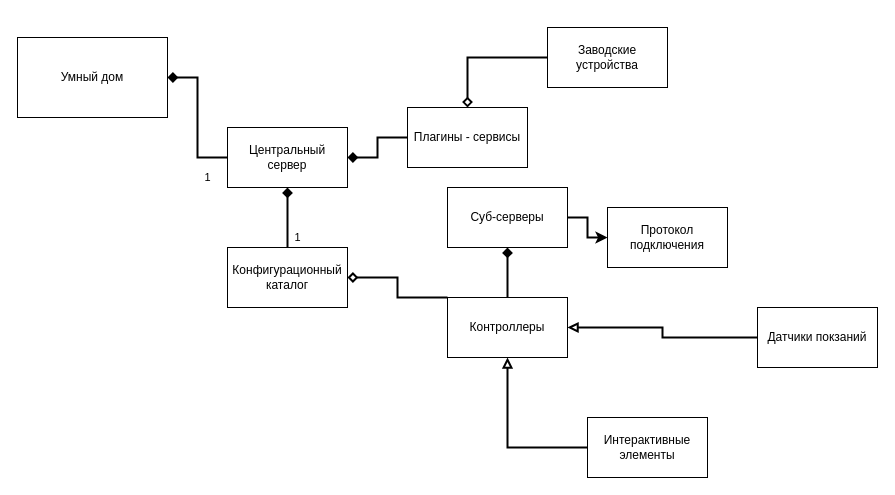
Earlier version of the draw.io diagram LAB1/Диаграмма без названия.drawio (tireks/OOAP). Source tidied: cells renumbered, new cells numbered last; positions are measured from the earlier drawing's top-left corner, leaving out a move shared by most shapes. Both pictures are drawn from the tidied source at 100%, with x=0, y=0 at pixel (17, 27).
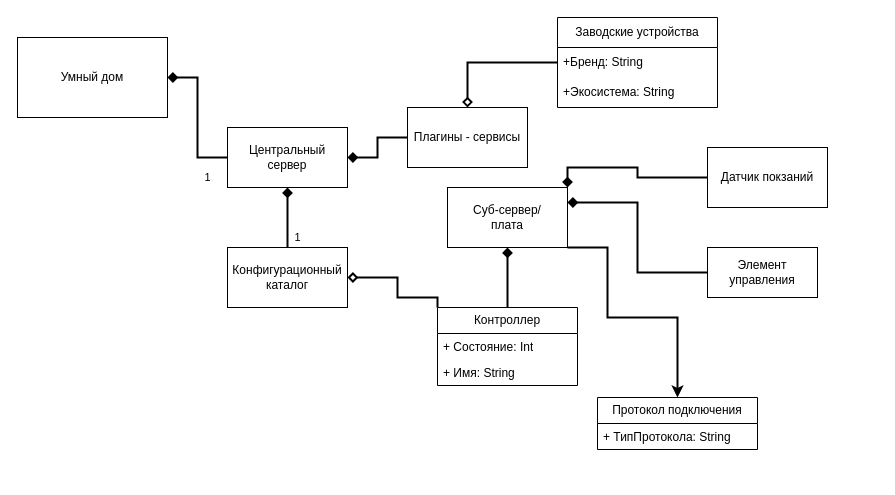
Above is the later version.

Unchanged cells that the change refers to:
```xml
<mxCell id="4" value="Плагины - сервисы" style="rounded=0;whiteSpace=wrap;html=1;" parent="1" vertex="1">
  <mxGeometry x="390" y="80" width="120" height="60" as="geometry" />
</mxCell>
<mxCell id="6" value="Конфигурационный каталог" style="rounded=0;whiteSpace=wrap;html=1;" parent="1" vertex="1">
  <mxGeometry x="210" y="220" width="120" height="60" as="geometry" />
</mxCell>
```

The edit, as a diff of the source:
```diff
@@
-    <mxCell id="7" value="Протокол подключения" style="rounded=0;whiteSpace=wrap;html=1;" parent="1" vertex="1">
-      <mxGeometry x="590" y="180" width="120" height="60" as="geometry" />
-    </mxCell>
-    <mxCell id="8" style="edgeStyle=orthogonalEdgeStyle;rounded=0;jettySize=auto;html=1;strokeWidth=2;" parent="1" edge="1" source="9" target="7">
-      <mxGeometry relative="1" as="geometry" />
+    <mxCell id="8" style="edgeStyle=orthogonalEdgeStyle;rounded=0;jettySize=auto;html=1;strokeWidth=2;exitX=1;exitY=1;exitDx=0;exitDy=0;entryX=0.5;entryY=0;entryDx=0;entryDy=0;" parent="1" edge="1" source="9" target="7">
+      <mxGeometry relative="1" as="geometry">
+        <Array as="points">
+          <mxPoint x="590" y="220" />
+          <mxPoint x="590" y="290" />
+          <mxPoint x="660" y="290" />
+        </Array>
+      </mxGeometry>
     </mxCell>
-    <mxCell id="9" value="Суб-серверы" style="rounded=0;whiteSpace=wrap;html=1;" parent="1" vertex="1">
+    <mxCell id="9" value="Суб-сервер/&lt;br&gt;плата" style="rounded=0;whiteSpace=wrap;html=1;" parent="1" vertex="1">
       <mxGeometry x="430" y="160" width="120" height="60" as="geometry" />
     </mxCell>
@@
-    <mxCell id="12" style="edgeStyle=orthogonalEdgeStyle;rounded=0;jettySize=auto;html=1;strokeWidth=2;endArrow=diamond;endFill=0;" parent="1" edge="1" source="14" target="6">
+    <mxCell id="12" style="edgeStyle=orthogonalEdgeStyle;rounded=0;jettySize=auto;html=1;strokeWidth=2;endArrow=diamond;endFill=0;exitX=0;exitY=0;exitDx=0;exitDy=0;" parent="1" edge="1" source="24" target="6">
       <mxGeometry relative="1" as="geometry">
         <Array as="points">
+          <mxPoint x="420" y="270" />
           <mxPoint x="380" y="270" />
           <mxPoint x="380" y="250" />
         </Array>
       </mxGeometry>
     </mxCell>
-    <mxCell id="13" style="edgeStyle=orthogonalEdgeStyle;rounded=0;jettySize=auto;html=1;strokeWidth=2;endArrow=diamond;endFill=1;" parent="1" edge="1" source="14" target="9">
+    <mxCell id="13" style="edgeStyle=orthogonalEdgeStyle;rounded=0;jettySize=auto;html=1;strokeWidth=2;endArrow=diamond;endFill=1;exitX=0.5;exitY=0;exitDx=0;exitDy=0;" parent="1" edge="1" source="24" target="9">
       <mxGeometry relative="1" as="geometry" />
     </mxCell>
-    <mxCell id="14" value="Контроллеры" style="rounded=0;whiteSpace=wrap;html=1;" parent="1" vertex="1">
-      <mxGeometry x="430" y="270" width="120" height="60" as="geometry" />
-    </mxCell>
-    <mxCell id="15" style="edgeStyle=orthogonalEdgeStyle;rounded=0;jettySize=auto;html=1;endArrow=block;endFill=0;strokeWidth=2;" parent="1" edge="1" source="16" target="14">
-      <mxGeometry relative="1" as="geometry" />
-    </mxCell>
+    <mxCell id="21" style="edgeStyle=orthogonalEdgeStyle;rounded=0;jettySize=auto;html=1;entryX=1;entryY=0;entryDx=0;entryDy=0;endArrow=diamond;endFill=1;strokeWidth=2;" parent="1" edge="1" source="16" target="9">
+      <mxGeometry relative="1" as="geometry" />
+    </mxCell>
-    <mxCell id="16" value="Датчики покзаний" style="rounded=0;whiteSpace=wrap;html=1;" parent="1" vertex="1">
-      <mxGeometry x="740" y="280" width="120" height="60" as="geometry" />
+    <mxCell id="16" value="Датчик покзаний" style="rounded=0;whiteSpace=wrap;html=1;" parent="1" vertex="1">
+      <mxGeometry x="690" y="120" width="120" height="60" as="geometry" />
     </mxCell>
-    <mxCell id="17" style="edgeStyle=orthogonalEdgeStyle;rounded=0;jettySize=auto;html=1;endArrow=block;endFill=0;strokeWidth=2;" parent="1" edge="1" source="18" target="14">
-      <mxGeometry relative="1" as="geometry" />
-    </mxCell>
-    <mxCell id="18" value="Интерактивные элементы" style="rounded=0;whiteSpace=wrap;html=1;" parent="1" vertex="1">
-      <mxGeometry x="570" y="390" width="120" height="60" as="geometry" />
-    </mxCell>
-    <mxCell id="19" style="edgeStyle=orthogonalEdgeStyle;rounded=0;jettySize=auto;html=1;entryX=0.5;entryY=0;entryDx=0;entryDy=0;endArrow=diamond;endFill=0;strokeWidth=2;" parent="1" edge="1" source="20" target="4">
+    <mxCell id="19" style="edgeStyle=orthogonalEdgeStyle;rounded=0;jettySize=auto;html=1;entryX=0.5;entryY=0;entryDx=0;entryDy=0;endArrow=diamond;endFill=0;strokeWidth=2;exitX=0;exitY=0.5;exitDx=0;exitDy=0;" parent="1" edge="1" source="22" target="4">
       <mxGeometry relative="1" as="geometry" />
     </mxCell>
-    <mxCell id="20" value="Заводские устройства" style="rounded=0;whiteSpace=wrap;html=1;" parent="1" vertex="1">
-      <mxGeometry x="530" width="120" height="60" as="geometry" />
+    <mxCell id="20" value="Заводские устройства" style="swimlane;fontStyle=0;horizontal=1;startSize=30;whiteSpace=wrap;html=1;" parent="1" vertex="1">
+      <mxGeometry x="540" y="-10" width="160" height="90" as="geometry" />
     </mxCell>
+    <mxCell id="22" value="+Бренд: String" style="text;strokeColor=none;fillColor=none;align=left;verticalAlign=middle;spacingLeft=4;spacingRight=4;overflow=hidden;points=[[0,0.5],[1,0.5]];portConstraint=eastwest;whiteSpace=wrap;html=1;" parent="20" vertex="1">
+      <mxGeometry y="30" width="160" height="30" as="geometry" />
+    </mxCell>
+    <mxCell id="23" value="+Экосистема: String" style="text;strokeColor=none;fillColor=none;align=left;verticalAlign=middle;spacingLeft=4;spacingRight=4;overflow=hidden;whiteSpace=wrap;html=1;" parent="20" vertex="1">
+      <mxGeometry y="60" width="160" height="30" as="geometry" />
+    </mxCell>
+    <mxCell id="24" value="Контроллер" style="swimlane;fontStyle=0;horizontal=1;startSize=26;fillColor=none;whiteSpace=wrap;html=1;" parent="1" vertex="1">
+      <mxGeometry x="420" y="280" width="140" height="78" as="geometry" />
+    </mxCell>
+    <mxCell id="25" value="+ Состояние: Int" style="text;strokeColor=none;fillColor=none;align=left;verticalAlign=top;spacingLeft=4;spacingRight=4;overflow=hidden;whiteSpace=wrap;html=1;" parent="24" vertex="1">
+      <mxGeometry y="26" width="140" height="26" as="geometry" />
+    </mxCell>
+    <mxCell id="26" value="+ Имя: String" style="text;strokeColor=none;fillColor=none;align=left;verticalAlign=top;spacingLeft=4;spacingRight=4;overflow=hidden;whiteSpace=wrap;html=1;" parent="24" vertex="1">
+      <mxGeometry y="52" width="140" height="26" as="geometry" />
+    </mxCell>
+    <mxCell id="27" style="edgeStyle=orthogonalEdgeStyle;rounded=0;jettySize=auto;html=1;entryX=1;entryY=0.25;entryDx=0;entryDy=0;strokeWidth=2;endArrow=diamond;endFill=1;" parent="1" edge="1" source="28" target="9">
+      <mxGeometry relative="1" as="geometry" />
+    </mxCell>
+    <mxCell id="28" value="Элемент управления" style="html=1;whiteSpace=wrap;" parent="1" vertex="1">
+      <mxGeometry x="690" y="220" width="110" height="50" as="geometry" />
+    </mxCell>
+    <mxCell id="7" value="Протокол подключения" style="swimlane;fontStyle=0;horizontal=1;startSize=26;fillColor=none;whiteSpace=wrap;html=1;" parent="1" vertex="1">
+      <mxGeometry x="580" y="370" width="160" height="52" as="geometry" />
+    </mxCell>
+    <mxCell id="29" value="+ ТипПротокола: String" style="text;strokeColor=none;fillColor=none;align=left;verticalAlign=top;spacingLeft=4;spacingRight=4;overflow=hidden;whiteSpace=wrap;html=1;" parent="7" vertex="1">
+      <mxGeometry y="26" width="160" height="26" as="geometry" />
+    </mxCell>
```
